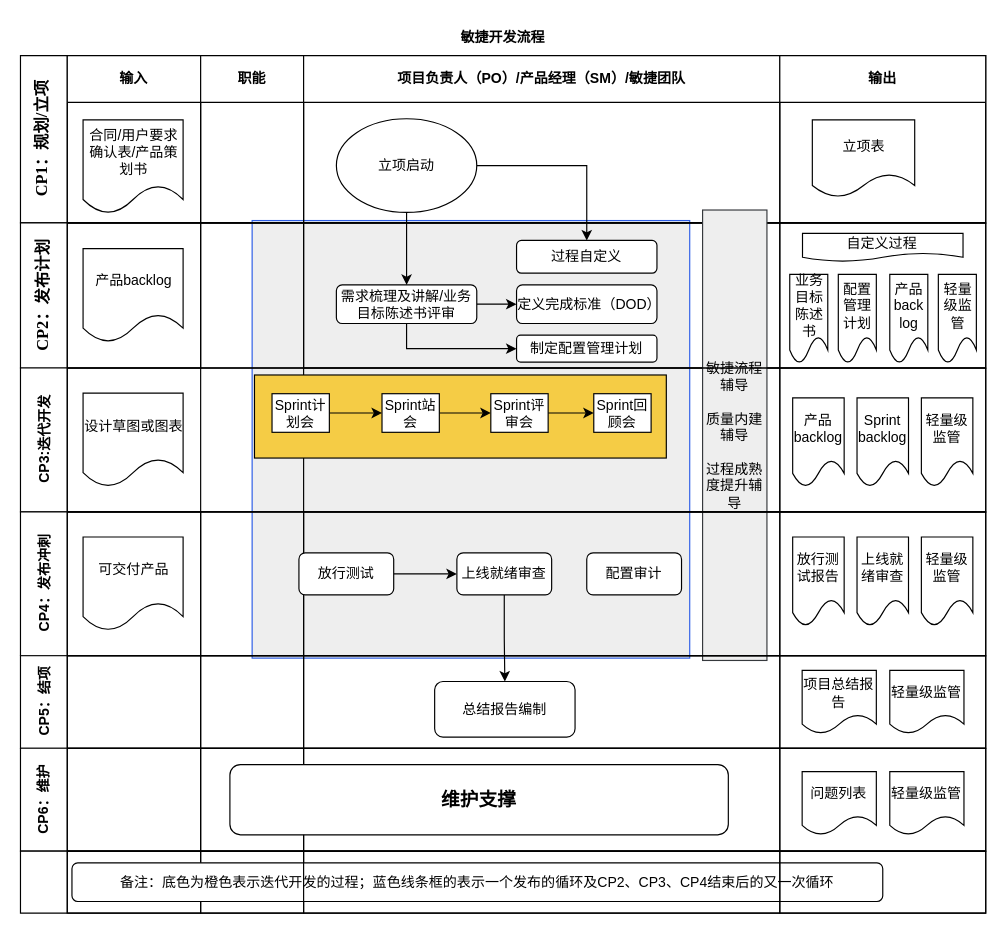
xinyimq/yixinwork keeps this draw.io diagram as 云道敏捷开发流程.drawio. Above is the earlier version. Source tidied: cells renumbered, new cells numbered last; positions are measured from the earlier drawing's top-left corner, leaving out a move shared by most shapes. Both pictures are drawn from the tidied source at 117%, with x=0, y=0 at pixel (20, 20).
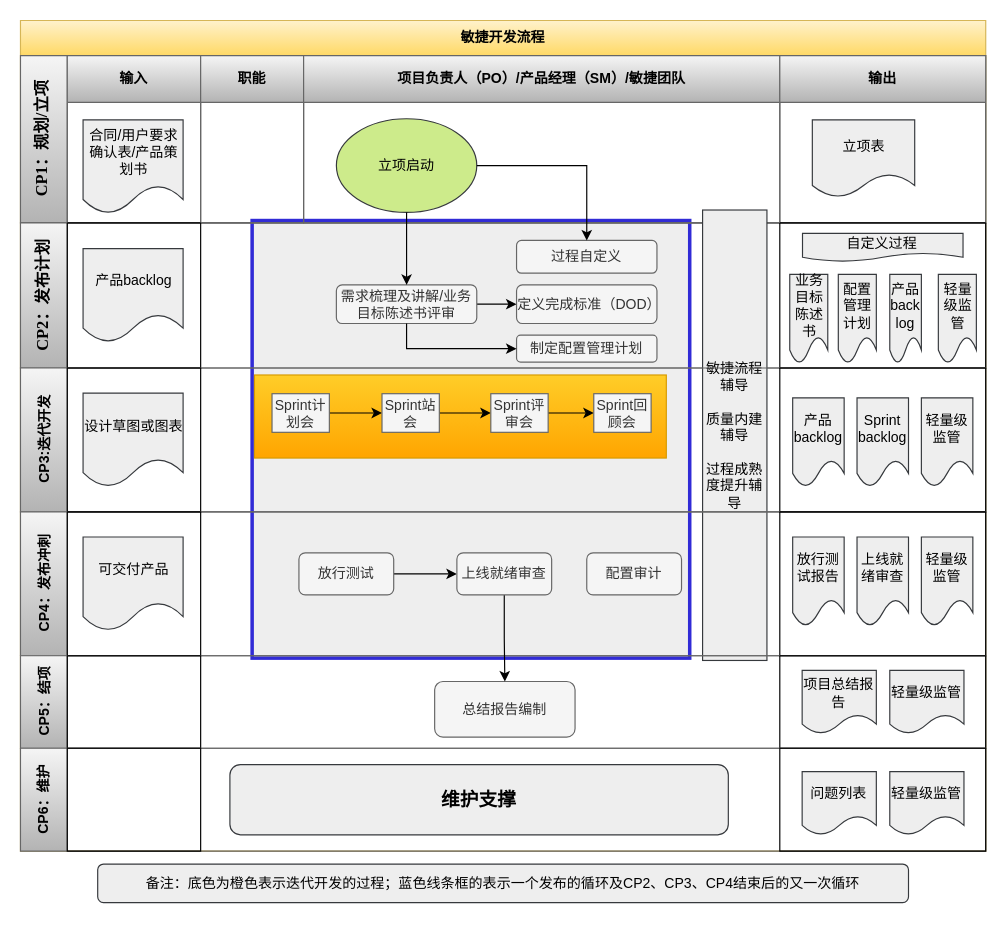
The same page after the edit.

Commit message (it also covers changes not shown here):
Update 云道敏捷开发流程.drawio

The change refers to these unchanged cells:
```xml
<mxCell id="13" style="swimlane;startSize=0;html=1;whiteSpace=wrap;" parent="12" vertex="1">
  <mxGeometry x="40" width="114" height="124" as="geometry" />
</mxCell>
<mxCell id="24" style="swimlane;startSize=0;html=1;whiteSpace=wrap;" parent="12" vertex="1">
  <mxGeometry x="649" width="176" height="124" as="geometry" />
</mxCell>
<mxCell id="31" style="swimlane;startSize=0;html=1;whiteSpace=wrap;" parent="30" vertex="1">
  <mxGeometry x="40" width="114" height="123" as="geometry" />
</mxCell>
<mxCell id="43" style="swimlane;startSize=0;html=1;whiteSpace=wrap;" parent="30" vertex="1">
  <mxGeometry x="649" width="176" height="123" as="geometry" />
</mxCell>
<mxCell id="48" style="swimlane;startSize=0;html=1;whiteSpace=wrap;" parent="47" vertex="1">
  <mxGeometry x="40" width="114" height="123" as="geometry" />
</mxCell>
<mxCell id="52" style="swimlane;startSize=0;html=1;whiteSpace=wrap;" parent="47" vertex="1">
  <mxGeometry x="649" width="176" height="123" as="geometry" />
</mxCell>
<mxCell id="61" style="swimlane;startSize=0;html=1;whiteSpace=wrap;" parent="56" vertex="1">
  <mxGeometry x="649" width="176" height="79" as="geometry" />
</mxCell>
<mxCell id="69" style="swimlane;startSize=0;html=1;whiteSpace=wrap;" parent="64" vertex="1">
  <mxGeometry x="649" width="176" height="88" as="geometry" />
</mxCell>
```

Change to the diagram source:
```diff
@@
-    <mxCell id="2" style="rounded=0;whiteSpace=wrap;html=1;shadow=0;fillColor=#eeeeee;strokeColor=#2D5EE6;" parent="1" vertex="1">
+    <mxCell id="2" style="rounded=0;whiteSpace=wrap;html=1;shadow=0;fillColor=#eeeeee;strokeWidth=3;strokeColor=#312BD6;" parent="1" vertex="1">
       <mxGeometry x="198" y="171" width="374" height="374" as="geometry" />
     </mxCell>
-    <mxCell id="3" value="敏捷开发流程" style="shape=table;childLayout=tableLayout;rowLines=0;columnLines=0;startSize=30;html=1;whiteSpace=wrap;fontStyle=1;align=center;strokeColor=none;" parent="1" vertex="1">
-      <mxGeometry width="825" height="763" as="geometry" />
+    <mxCell id="3" value="敏捷开发流程" style="shape=table;childLayout=tableLayout;rowLines=0;columnLines=0;startSize=30;html=1;whiteSpace=wrap;fontStyle=1;align=center;strokeColor=#d6b656;gradientColor=#ffd966;fillColor=#fff2cc;" parent="1" vertex="1">
+      <mxGeometry width="825" height="710" as="geometry" />
     </mxCell>
-    <mxCell id="4" value="&lt;font style=&quot;font-size: 14px&quot; face=&quot;Times New Roman&quot;&gt;CP1：规划/立项&lt;/font&gt;" style="swimlane;horizontal=0;startSize=40;html=1;whiteSpace=wrap;fontStyle=1;" parent="3" vertex="1">
+    <mxCell id="4" value="&lt;font style=&quot;font-size: 14px&quot; face=&quot;Times New Roman&quot;&gt;CP1：规划/立项&lt;/font&gt;" style="swimlane;horizontal=0;startSize=40;html=1;whiteSpace=wrap;fontStyle=1;gradientColor=#b3b3b3;fillColor=#f5f5f5;strokeColor=#666666;" parent="3" vertex="1">
       <mxGeometry y="30" width="825" height="143" as="geometry" />
     </mxCell>
-    <mxCell id="5" value="输入" style="swimlane;startSize=40;html=1;whiteSpace=wrap;" parent="4" vertex="1">
+    <mxCell id="5" value="输入" style="swimlane;startSize=40;html=1;whiteSpace=wrap;gradientColor=#b3b3b3;fillColor=#f5f5f5;strokeColor=#666666;" parent="4" vertex="1">
       <mxGeometry x="40" width="114" height="143" as="geometry" />
     </mxCell>
-    <mxCell id="6" value="合同/用户要求确认表/产品策划书" style="shape=document;whiteSpace=wrap;html=1;boundedLbl=1;" parent="5" vertex="1">
+    <mxCell id="6" value="合同/用户要求确认表/产品策划书" style="shape=document;whiteSpace=wrap;html=1;boundedLbl=1;fillColor=#eeeeee;strokeColor=#36393d;" parent="5" vertex="1">
       <mxGeometry x="13.5" y="55" width="85.5" height="80" as="geometry" />
     </mxCell>
-    <mxCell id="7" value="职能" style="swimlane;startSize=40;html=1;whiteSpace=wrap;" parent="4" vertex="1">
+    <mxCell id="7" value="职能" style="swimlane;startSize=40;html=1;whiteSpace=wrap;gradientColor=#b3b3b3;fillColor=#f5f5f5;strokeColor=#666666;" parent="4" vertex="1">
       <mxGeometry x="154" width="88" height="143" as="geometry" />
     </mxCell>
-    <mxCell id="8" value="项目负责人（PO）/产品经理（SM）/敏捷团队" style="swimlane;startSize=40;html=1;whiteSpace=wrap;" parent="4" vertex="1">
+    <mxCell id="8" value="项目负责人（PO）/产品经理（SM）/敏捷团队" style="swimlane;startSize=40;html=1;whiteSpace=wrap;gradientColor=#b3b3b3;fillColor=#f5f5f5;strokeColor=#666666;" parent="4" vertex="1">
       <mxGeometry x="242" width="407" height="143" as="geometry" />
     </mxCell>
-    <mxCell id="9" value="立项启动" style="ellipse;whiteSpace=wrap;html=1;" parent="8" vertex="1">
+    <mxCell id="9" value="立项启动" style="ellipse;whiteSpace=wrap;html=1;fillColor=#cdeb8b;strokeColor=#36393d;" parent="8" vertex="1">
       <mxGeometry x="28" y="54" width="120" height="80" as="geometry" />
     </mxCell>
-    <mxCell id="10" value="输出" style="swimlane;startSize=40;html=1;whiteSpace=wrap;" parent="4" vertex="1">
+    <mxCell id="10" value="输出" style="swimlane;startSize=40;html=1;whiteSpace=wrap;gradientColor=#b3b3b3;fillColor=#f5f5f5;strokeColor=#666666;" parent="4" vertex="1">
       <mxGeometry x="649" width="176" height="143" as="geometry" />
     </mxCell>
-    <mxCell id="11" value="立项表" style="shape=document;whiteSpace=wrap;html=1;boundedLbl=1;" parent="10" vertex="1">
+    <mxCell id="11" value="立项表" style="shape=document;whiteSpace=wrap;html=1;boundedLbl=1;fillColor=#eeeeee;strokeColor=#36393d;" parent="10" vertex="1">
       <mxGeometry x="27.8" y="55" width="87.5" height="66" as="geometry" />
     </mxCell>
-    <mxCell id="12" value="&lt;font face=&quot;Times New Roman&quot; style=&quot;font-size: 14px&quot;&gt;CP2：发布计划&lt;/font&gt;" style="swimlane;horizontal=0;startSize=40;html=1;whiteSpace=wrap;" parent="3" vertex="1">
+    <mxCell id="12" value="&lt;font face=&quot;Times New Roman&quot; style=&quot;font-size: 14px&quot;&gt;CP2：发布计划&lt;/font&gt;" style="swimlane;horizontal=0;startSize=40;html=1;whiteSpace=wrap;gradientColor=#b3b3b3;fillColor=#f5f5f5;strokeColor=#666666;" parent="3" vertex="1">
       <mxGeometry y="173" width="825" height="124" as="geometry" />
     </mxCell>
@@
-    <mxCell id="14" value="产品backlog" style="shape=document;whiteSpace=wrap;html=1;boundedLbl=1;" parent="13" vertex="1">
+    <mxCell id="14" value="产品backlog" style="shape=document;whiteSpace=wrap;html=1;boundedLbl=1;fillColor=#eeeeee;strokeColor=#36393d;" parent="13" vertex="1">
       <mxGeometry x="13.5" y="22" width="85.5" height="80" as="geometry" />
     </mxCell>
-    <mxCell id="15" style="swimlane;startSize=0;html=1;whiteSpace=wrap;swimlaneLine=1;" parent="12" vertex="1">
+    <mxCell id="15" style="swimlane;startSize=0;html=1;whiteSpace=wrap;swimlaneLine=1;strokeColor=none;" parent="12" vertex="1">
       <mxGeometry x="154" width="88" height="124" as="geometry" />
     </mxCell>
-    <mxCell id="16" style="swimlane;startSize=0;html=1;whiteSpace=wrap;" parent="12" vertex="1">
+    <mxCell id="16" style="swimlane;startSize=0;html=1;whiteSpace=wrap;strokeColor=none;" parent="12" vertex="1">
       <mxGeometry x="242" width="407" height="124" as="geometry" />
     </mxCell>
@@
-    <mxCell id="19" value="需求梳理及讲解/业务目标陈述书评审" style="rounded=1;whiteSpace=wrap;html=1;" parent="16" vertex="1">
+    <mxCell id="19" value="需求梳理及讲解/业务目标陈述书评审" style="rounded=1;whiteSpace=wrap;html=1;fillColor=#f5f5f5;strokeColor=#666666;fontColor=#333333;" parent="16" vertex="1">
       <mxGeometry x="28" y="53" width="120" height="33" as="geometry" />
     </mxCell>
-    <mxCell id="20" value="过程自定义" style="whiteSpace=wrap;html=1;rounded=1;" parent="16" vertex="1">
+    <mxCell id="20" value="过程自定义" style="whiteSpace=wrap;html=1;rounded=1;fillColor=#f5f5f5;strokeColor=#666666;fontColor=#333333;" parent="16" vertex="1">
       <mxGeometry x="182" y="15" width="120" height="28" as="geometry" />
     </mxCell>
-    <mxCell id="21" value="定义完成标准（DOD）" style="whiteSpace=wrap;html=1;rounded=1;" parent="16" vertex="1">
+    <mxCell id="21" value="定义完成标准（DOD）" style="whiteSpace=wrap;html=1;rounded=1;fillColor=#f5f5f5;strokeColor=#666666;fontColor=#333333;" parent="16" vertex="1">
       <mxGeometry x="182" y="53" width="120" height="33" as="geometry" />
     </mxCell>
-    <mxCell id="22" value="制定配置管理计划" style="whiteSpace=wrap;html=1;rounded=1;" parent="16" vertex="1">
+    <mxCell id="22" value="制定配置管理计划" style="whiteSpace=wrap;html=1;rounded=1;fillColor=#f5f5f5;strokeColor=#666666;fontColor=#333333;" parent="16" vertex="1">
       <mxGeometry x="182" y="96" width="120" height="23" as="geometry" />
     </mxCell>
@@
-    <mxCell id="25" value="自定义过程" style="shape=document;whiteSpace=wrap;html=1;boundedLbl=1;" parent="24" vertex="1">
+    <mxCell id="25" value="自定义过程" style="shape=document;whiteSpace=wrap;html=1;boundedLbl=1;fillColor=#eeeeee;strokeColor=#36393d;" parent="24" vertex="1">
       <mxGeometry x="19.4" y="9" width="137.2" height="24" as="geometry" />
     </mxCell>
-    <mxCell id="26" value="业务目标陈述书" style="shape=document;whiteSpace=wrap;html=1;boundedLbl=1;" parent="24" vertex="1">
+    <mxCell id="26" value="业务目标陈述书" style="shape=document;whiteSpace=wrap;html=1;boundedLbl=1;fillColor=#eeeeee;strokeColor=#36393d;" parent="24" vertex="1">
       <mxGeometry x="8.5" y="44" width="32.5" height="76" as="geometry" />
     </mxCell>
-    <mxCell id="27" value="配置管理计划" style="shape=document;whiteSpace=wrap;html=1;boundedLbl=1;" parent="24" vertex="1">
+    <mxCell id="27" value="配置管理计划" style="shape=document;whiteSpace=wrap;html=1;boundedLbl=1;fillColor=#eeeeee;strokeColor=#36393d;" parent="24" vertex="1">
       <mxGeometry x="50" y="44" width="32.5" height="76" as="geometry" />
     </mxCell>
-    <mxCell id="28" value="产品back&lt;br&gt;log" style="shape=document;whiteSpace=wrap;html=1;boundedLbl=1;" parent="24" vertex="1">
-      <mxGeometry x="94" y="44" width="32.5" height="76" as="geometry" />
+    <mxCell id="28" value="产品back&lt;br&gt;log" style="shape=document;whiteSpace=wrap;html=1;boundedLbl=1;fillColor=#eeeeee;strokeColor=#36393d;" parent="24" vertex="1">
+      <mxGeometry x="94" y="44" width="27" height="76" as="geometry" />
     </mxCell>
-    <mxCell id="29" value="轻量级监管" style="shape=document;whiteSpace=wrap;html=1;boundedLbl=1;" parent="24" vertex="1">
+    <mxCell id="29" value="轻量级监管" style="shape=document;whiteSpace=wrap;html=1;boundedLbl=1;fillColor=#eeeeee;strokeColor=#36393d;" parent="24" vertex="1">
       <mxGeometry x="135.5" y="44" width="32.5" height="76" as="geometry" />
     </mxCell>
-    <mxCell id="30" value="CP3:迭代开发" style="swimlane;horizontal=0;startSize=40;html=1;whiteSpace=wrap;" parent="3" vertex="1">
+    <mxCell id="30" value="CP3:迭代开发" style="swimlane;horizontal=0;startSize=40;html=1;whiteSpace=wrap;gradientColor=#b3b3b3;fillColor=#f5f5f5;strokeColor=#666666;" parent="3" vertex="1">
       <mxGeometry y="297" width="825" height="123" as="geometry" />
     </mxCell>
@@
-    <mxCell id="32" value="设计草图或图表" style="shape=document;whiteSpace=wrap;html=1;boundedLbl=1;" parent="31" vertex="1">
+    <mxCell id="32" value="设计草图或图表" style="shape=document;whiteSpace=wrap;html=1;boundedLbl=1;fillColor=#eeeeee;strokeColor=#36393d;" parent="31" vertex="1">
       <mxGeometry x="13.5" y="21.5" width="85.5" height="80" as="geometry" />
     </mxCell>
@@
-    <mxCell id="34" style="swimlane;startSize=0;html=1;whiteSpace=wrap;" parent="30" vertex="1">
+    <mxCell id="34" style="swimlane;startSize=0;html=1;whiteSpace=wrap;gradientColor=#ffa500;fillColor=none;strokeColor=none;" parent="30" vertex="1">
       <mxGeometry x="242" width="407" height="123" as="geometry" />
     </mxCell>
-    <mxCell id="35" style="rounded=0;whiteSpace=wrap;html=1;shadow=0;strokeColor=#000000;fillColor=#F5CC45;" parent="34" vertex="1">
+    <mxCell id="35" style="rounded=0;whiteSpace=wrap;html=1;shadow=0;strokeColor=#d79b00;fillColor=#ffcd28;gradientColor=#ffa500;" parent="34" vertex="1">
       <mxGeometry x="-42" y="6" width="352" height="71" as="geometry" />
     </mxCell>
@@
-    <mxCell id="37" value="Sprint计划会" style="rounded=0;whiteSpace=wrap;html=1;shadow=0;" parent="34" vertex="1">
+    <mxCell id="37" value="Sprint计划会" style="rounded=0;whiteSpace=wrap;html=1;shadow=0;fillColor=#f5f5f5;strokeColor=#666666;fontColor=#333333;" parent="34" vertex="1">
       <mxGeometry x="-27" y="22" width="49" height="33" as="geometry" />
     </mxCell>
@@
-    <mxCell id="39" value="Sprint站会" style="rounded=0;whiteSpace=wrap;html=1;shadow=0;" parent="34" vertex="1">
+    <mxCell id="39" value="Sprint站会" style="rounded=0;whiteSpace=wrap;html=1;shadow=0;fillColor=#f5f5f5;strokeColor=#666666;fontColor=#333333;" parent="34" vertex="1">
       <mxGeometry x="67" y="22" width="49" height="33" as="geometry" />
     </mxCell>
@@
-    <mxCell id="41" value="Sprint评审会" style="rounded=0;whiteSpace=wrap;html=1;shadow=0;" parent="34" vertex="1">
+    <mxCell id="41" value="Sprint评审会" style="rounded=0;whiteSpace=wrap;html=1;shadow=0;fillColor=#f5f5f5;strokeColor=#666666;fontColor=#333333;" parent="34" vertex="1">
       <mxGeometry x="160" y="22" width="49" height="33" as="geometry" />
     </mxCell>
-    <mxCell id="42" value="Sprint回顾会" style="rounded=0;whiteSpace=wrap;html=1;shadow=0;" parent="34" vertex="1">
+    <mxCell id="42" value="Sprint回顾会" style="rounded=0;whiteSpace=wrap;html=1;shadow=0;fillColor=#f5f5f5;strokeColor=#666666;fontColor=#333333;" parent="34" vertex="1">
       <mxGeometry x="248" y="22" width="49" height="33" as="geometry" />
     </mxCell>
@@
-    <mxCell id="44" value="轻量级监管" style="shape=document;whiteSpace=wrap;html=1;boundedLbl=1;" parent="43" vertex="1">
+    <mxCell id="44" value="轻量级监管" style="shape=document;whiteSpace=wrap;html=1;boundedLbl=1;fillColor=#eeeeee;strokeColor=#36393d;" parent="43" vertex="1">
       <mxGeometry x="121" y="25.5" width="44" height="76" as="geometry" />
     </mxCell>
-    <mxCell id="45" value="Sprint&lt;br&gt;backlog" style="shape=document;whiteSpace=wrap;html=1;boundedLbl=1;" parent="43" vertex="1">
+    <mxCell id="45" value="Sprint&lt;br&gt;backlog" style="shape=document;whiteSpace=wrap;html=1;boundedLbl=1;fillColor=#eeeeee;strokeColor=#36393d;" parent="43" vertex="1">
       <mxGeometry x="66" y="25.5" width="44" height="76" as="geometry" />
     </mxCell>
-    <mxCell id="46" value="产品backlog" style="shape=document;whiteSpace=wrap;html=1;boundedLbl=1;" parent="43" vertex="1">
+    <mxCell id="46" value="产品backlog" style="shape=document;whiteSpace=wrap;html=1;boundedLbl=1;fillColor=#eeeeee;strokeColor=#36393d;" parent="43" vertex="1">
       <mxGeometry x="11" y="25.5" width="44" height="76" as="geometry" />
     </mxCell>
-    <mxCell id="47" value="CP4：发布冲刺" style="swimlane;horizontal=0;startSize=40;html=1;whiteSpace=wrap;" parent="3" vertex="1">
+    <mxCell id="47" value="CP4：发布冲刺" style="swimlane;horizontal=0;startSize=40;html=1;whiteSpace=wrap;gradientColor=#b3b3b3;fillColor=#f5f5f5;strokeColor=#666666;" parent="3" vertex="1">
       <mxGeometry y="420" width="825" height="123" as="geometry" />
     </mxCell>
@@
-    <mxCell id="49" value="可交付产品" style="shape=document;whiteSpace=wrap;html=1;boundedLbl=1;" parent="48" vertex="1">
+    <mxCell id="49" value="可交付产品" style="shape=document;whiteSpace=wrap;html=1;boundedLbl=1;fillColor=#eeeeee;strokeColor=#36393d;" parent="48" vertex="1">
       <mxGeometry x="13.5" y="21.5" width="85.5" height="80" as="geometry" />
     </mxCell>
-    <mxCell id="50" style="swimlane;startSize=0;html=1;whiteSpace=wrap;" parent="47" vertex="1">
+    <mxCell id="50" style="swimlane;startSize=0;html=1;whiteSpace=wrap;strokeColor=none;swimlaneLine=1;" parent="47" vertex="1">
       <mxGeometry x="154" width="88" height="123" as="geometry" />
     </mxCell>
-    <mxCell id="51" style="swimlane;startSize=0;html=1;whiteSpace=wrap;" parent="47" vertex="1">
+    <mxCell id="51" style="swimlane;startSize=0;html=1;whiteSpace=wrap;strokeColor=none;" parent="47" vertex="1">
       <mxGeometry x="242" width="407" height="123" as="geometry" />
     </mxCell>
@@
-    <mxCell id="53" value="放行测试报告" style="shape=document;whiteSpace=wrap;html=1;boundedLbl=1;" parent="52" vertex="1">
+    <mxCell id="53" value="放行测试报告" style="shape=document;whiteSpace=wrap;html=1;boundedLbl=1;fillColor=#eeeeee;strokeColor=#36393d;" parent="52" vertex="1">
       <mxGeometry x="11" y="21.5" width="44" height="76" as="geometry" />
     </mxCell>
-    <mxCell id="54" value="上线就绪审查" style="shape=document;whiteSpace=wrap;html=1;boundedLbl=1;" parent="52" vertex="1">
+    <mxCell id="54" value="上线就绪审查" style="shape=document;whiteSpace=wrap;html=1;boundedLbl=1;fillColor=#eeeeee;strokeColor=#36393d;" parent="52" vertex="1">
       <mxGeometry x="66" y="21.5" width="44" height="76" as="geometry" />
     </mxCell>
-    <mxCell id="55" value="轻量级监管" style="shape=document;whiteSpace=wrap;html=1;boundedLbl=1;" parent="52" vertex="1">
+    <mxCell id="55" value="轻量级监管" style="shape=document;whiteSpace=wrap;html=1;boundedLbl=1;fillColor=#eeeeee;strokeColor=#36393d;" parent="52" vertex="1">
       <mxGeometry x="121" y="21.5" width="44" height="76" as="geometry" />
     </mxCell>
-    <mxCell id="56" value="CP5：结项" style="swimlane;horizontal=0;startSize=40;html=1;whiteSpace=wrap;" parent="3" vertex="1">
+    <mxCell id="56" value="CP5：结项" style="swimlane;horizontal=0;startSize=40;html=1;whiteSpace=wrap;gradientColor=#b3b3b3;fillColor=#f5f5f5;strokeColor=#666666;" parent="3" vertex="1">
       <mxGeometry y="543" width="825" height="79" as="geometry" />
     </mxCell>
@@
-    <mxCell id="58" style="swimlane;startSize=0;html=1;whiteSpace=wrap;" parent="56" vertex="1">
+    <mxCell id="58" style="swimlane;startSize=0;html=1;whiteSpace=wrap;strokeColor=none;" parent="56" vertex="1">
       <mxGeometry x="154" width="88" height="79" as="geometry" />
     </mxCell>
-    <mxCell id="59" style="swimlane;startSize=0;html=1;whiteSpace=wrap;" parent="56" vertex="1">
+    <mxCell id="59" style="swimlane;startSize=0;html=1;whiteSpace=wrap;strokeColor=none;" parent="56" vertex="1">
       <mxGeometry x="242" width="407" height="79" as="geometry" />
     </mxCell>
-    <mxCell id="60" value="总结报告编制" style="rounded=1;whiteSpace=wrap;html=1;shadow=0;" parent="59" vertex="1">
+    <mxCell id="60" value="总结报告编制" style="rounded=1;whiteSpace=wrap;html=1;shadow=0;fillColor=#f5f5f5;strokeColor=#666666;fontColor=#333333;" parent="59" vertex="1">
       <mxGeometry x="112" y="22" width="120" height="47.5" as="geometry" />
     </mxCell>
@@
-    <mxCell id="62" value="轻量级监管" style="shape=document;whiteSpace=wrap;html=1;boundedLbl=1;" parent="61" vertex="1">
+    <mxCell id="62" value="轻量级监管" style="shape=document;whiteSpace=wrap;html=1;boundedLbl=1;fillColor=#eeeeee;strokeColor=#36393d;" parent="61" vertex="1">
       <mxGeometry x="94" y="12.5" width="63.4" height="54" as="geometry" />
     </mxCell>
-    <mxCell id="63" value="项目总结报告" style="shape=document;whiteSpace=wrap;html=1;boundedLbl=1;" parent="61" vertex="1">
+    <mxCell id="63" value="项目总结报告" style="shape=document;whiteSpace=wrap;html=1;boundedLbl=1;fillColor=#eeeeee;strokeColor=#36393d;" parent="61" vertex="1">
       <mxGeometry x="19.1" y="12.5" width="63.4" height="54" as="geometry" />
     </mxCell>
-    <mxCell id="64" value="CP6：维护" style="swimlane;horizontal=0;startSize=40;html=1;whiteSpace=wrap;" parent="3" vertex="1">
+    <mxCell id="64" value="CP6：维护" style="swimlane;horizontal=0;startSize=40;html=1;whiteSpace=wrap;gradientColor=#b3b3b3;fillColor=#f5f5f5;strokeColor=#666666;" parent="3" vertex="1">
       <mxGeometry y="622" width="825" height="88" as="geometry" />
     </mxCell>
@@
-    <mxCell id="66" style="swimlane;startSize=0;html=1;whiteSpace=wrap;" parent="64" vertex="1">
+    <mxCell id="66" style="swimlane;startSize=0;html=1;whiteSpace=wrap;strokeColor=none;" parent="64" vertex="1">
       <mxGeometry x="154" width="88" height="88" as="geometry" />
     </mxCell>
-    <mxCell id="67" style="swimlane;startSize=0;html=1;whiteSpace=wrap;" parent="64" vertex="1">
+    <mxCell id="67" style="swimlane;startSize=0;html=1;whiteSpace=wrap;strokeColor=none;" parent="64" vertex="1">
       <mxGeometry x="242" width="407" height="88" as="geometry" />
     </mxCell>
-    <mxCell id="68" value="&lt;b&gt;&lt;font style=&quot;font-size: 16px&quot;&gt;维护支撑&lt;/font&gt;&lt;/b&gt;" style="rounded=1;whiteSpace=wrap;html=1;shadow=0;" parent="67" vertex="1">
+    <mxCell id="68" value="&lt;b&gt;&lt;font style=&quot;font-size: 16px&quot;&gt;维护支撑&lt;/font&gt;&lt;/b&gt;" style="rounded=1;whiteSpace=wrap;html=1;shadow=0;fillColor=#eeeeee;strokeColor=#36393d;" parent="67" vertex="1">
       <mxGeometry x="-63" y="14" width="426" height="60" as="geometry" />
     </mxCell>
@@
-    <mxCell id="70" value="轻量级监管" style="shape=document;whiteSpace=wrap;html=1;boundedLbl=1;" parent="69" vertex="1">
+    <mxCell id="70" value="轻量级监管" style="shape=document;whiteSpace=wrap;html=1;boundedLbl=1;fillColor=#eeeeee;strokeColor=#36393d;" parent="69" vertex="1">
       <mxGeometry x="94" y="20" width="63.4" height="54" as="geometry" />
     </mxCell>
-    <mxCell id="71" value="问题列表" style="shape=document;whiteSpace=wrap;html=1;boundedLbl=1;" parent="69" vertex="1">
+    <mxCell id="71" value="问题列表" style="shape=document;whiteSpace=wrap;html=1;boundedLbl=1;fillColor=#eeeeee;strokeColor=#36393d;" parent="69" vertex="1">
       <mxGeometry x="19.1" y="20" width="63.4" height="54" as="geometry" />
     </mxCell>
-    <mxCell id="72" style="swimlane;horizontal=0;startSize=40;html=1;whiteSpace=wrap;" parent="3" vertex="1">
-      <mxGeometry y="710" width="825" height="53" as="geometry" />
-    </mxCell>
-    <mxCell id="73" style="swimlane;startSize=0;html=1;whiteSpace=wrap;" parent="72" vertex="1">
-      <mxGeometry x="40" width="114" height="53" as="geometry" />
-    </mxCell>
-    <mxCell id="74" style="swimlane;startSize=0;html=1;whiteSpace=wrap;" parent="72" vertex="1">
-      <mxGeometry x="154" width="88" height="53" as="geometry" />
-    </mxCell>
-    <mxCell id="75" value="备注：底色为橙色表示迭代开发的过程；蓝色线条框的表示一个发布的循环及CP2、CP3、CP4结束后的又一次循环" style="rounded=1;whiteSpace=wrap;html=1;" parent="74" vertex="1">
-      <mxGeometry x="-110" y="10" width="693" height="33" as="geometry" />
-    </mxCell>
-    <mxCell id="76" style="swimlane;startSize=0;html=1;whiteSpace=wrap;" parent="72" vertex="1">
-      <mxGeometry x="242" width="407" height="53" as="geometry" />
-    </mxCell>
-    <mxCell id="77" style="swimlane;startSize=0;html=1;whiteSpace=wrap;" parent="72" vertex="1">
-      <mxGeometry x="649" width="176" height="53" as="geometry" />
-    </mxCell>
@@
-    <mxCell id="81" value="放行测试" style="rounded=1;whiteSpace=wrap;html=1;shadow=0;" parent="1" vertex="1">
+    <mxCell id="81" value="放行测试" style="rounded=1;whiteSpace=wrap;html=1;shadow=0;fillColor=#f5f5f5;strokeColor=#666666;fontColor=#333333;" parent="1" vertex="1">
       <mxGeometry x="238" y="455" width="81" height="36" as="geometry" />
     </mxCell>
@@
-    <mxCell id="83" value="上线就绪审查" style="rounded=1;whiteSpace=wrap;html=1;shadow=0;" parent="1" vertex="1">
+    <mxCell id="83" value="上线就绪审查" style="rounded=1;whiteSpace=wrap;html=1;shadow=0;fillColor=#f5f5f5;strokeColor=#666666;fontColor=#333333;" parent="1" vertex="1">
       <mxGeometry x="373" y="455" width="81" height="36" as="geometry" />
     </mxCell>
-    <mxCell id="84" value="配置审计" style="rounded=1;whiteSpace=wrap;html=1;shadow=0;" parent="1" vertex="1">
+    <mxCell id="84" value="配置审计" style="rounded=1;whiteSpace=wrap;html=1;shadow=0;fillColor=#f5f5f5;strokeColor=#666666;fontColor=#333333;" parent="1" vertex="1">
       <mxGeometry x="484" y="455" width="81" height="36" as="geometry" />
     </mxCell>
+    <mxCell id="75" value="备注：底色为橙色表示迭代开发的过程；蓝色线条框的表示一个发布的循环及CP2、CP3、CP4结束后的又一次循环" style="rounded=1;whiteSpace=wrap;html=1;fillColor=#eeeeee;strokeColor=#36393d;" parent="1" vertex="1">
+      <mxGeometry x="66" y="721" width="693" height="33" as="geometry" />
+    </mxCell>
```
